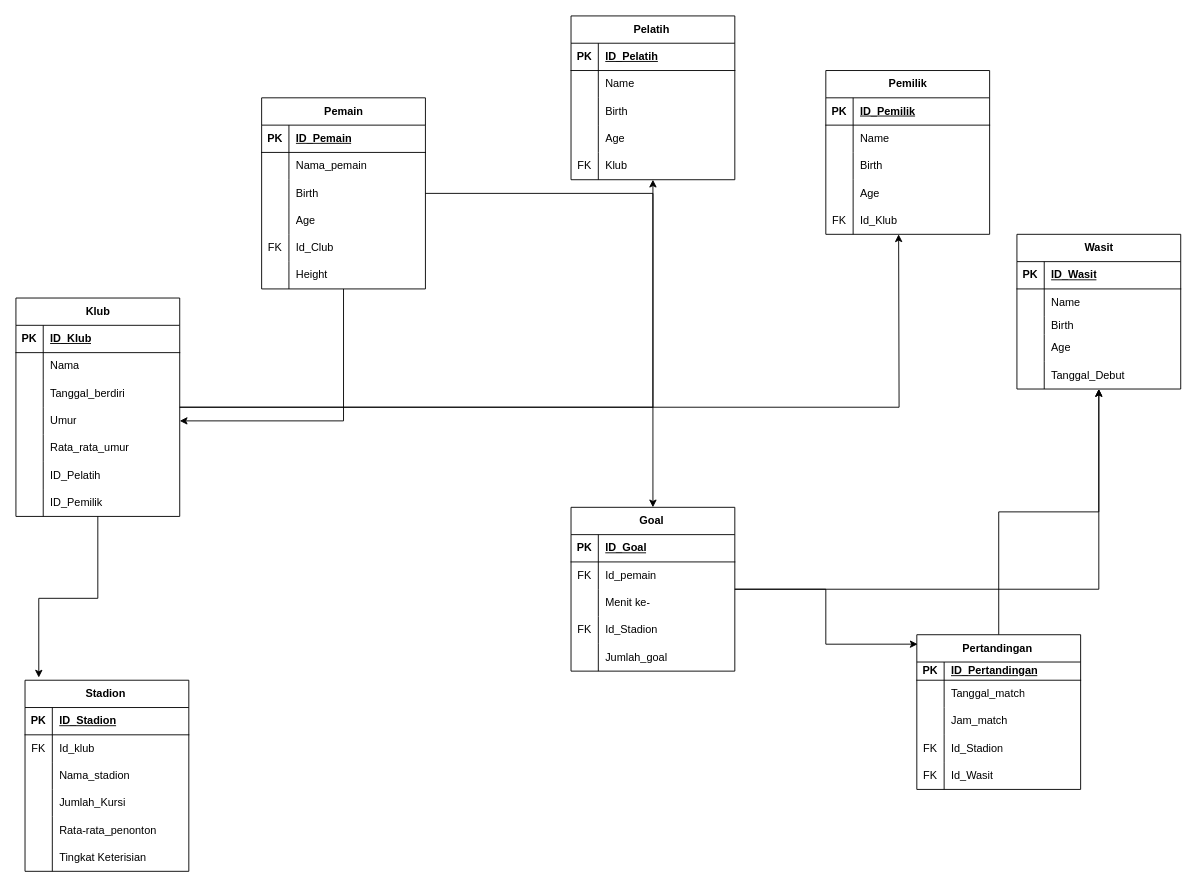
Before: Football.drawio in scsjaej/BengkelGo_Asset, a draw.io diagram. Source tidied: cells renumbered, new cells numbered last; positions are measured from the earlier drawing's top-left corner, leaving out a move shared by most shapes. Both pictures are drawn from the tidied source at 91%, with x=0, y=0 at pixel (15, 15).
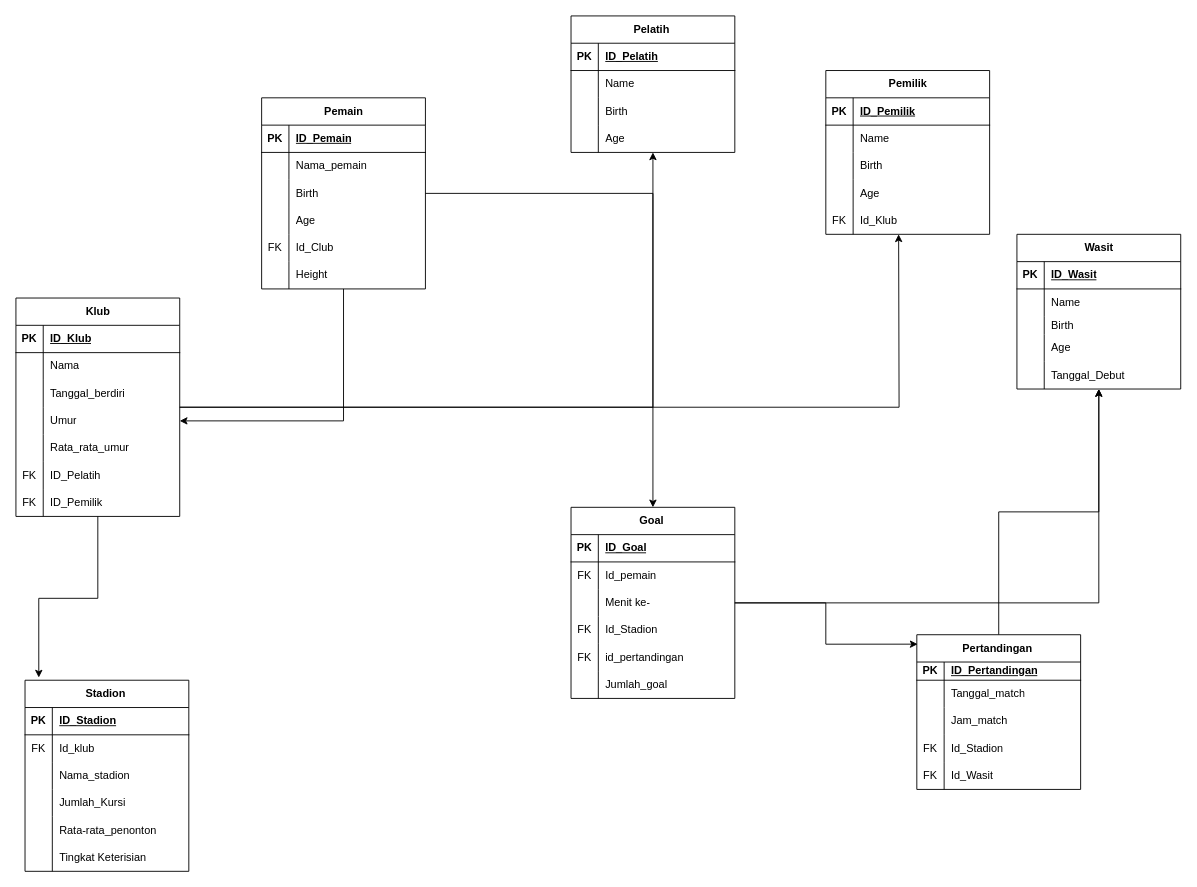
The same diagram, later.

The change refers to these unchanged cells:
```xml
<mxCell id="108" style="shape=tableRow;horizontal=0;startSize=0;swimlaneHead=0;swimlaneBody=0;fillColor=none;top=0;left=0;right=0;bottom=0;" parent="92" vertex="1">
  <mxGeometry y="180" width="180" height="30" as="geometry" />
</mxCell>
<mxCell id="111" style="shape=tableRow;horizontal=0;startSize=0;swimlaneHead=0;swimlaneBody=0;fillColor=none;top=0;left=0;right=0;bottom=0;" parent="92" vertex="1">
  <mxGeometry y="210" width="180" height="30" as="geometry" />
</mxCell>
```

The edit, as a diff of the source:
```diff
@@
     <mxCell id="39" value="Pelatih&amp;nbsp;" style="shape=table;startSize=30;childLayout=tableLayout;rowLines=0;fontStyle=1;align=center;html=1;" parent="1" vertex="1">
-      <mxGeometry x="610" width="180" height="180" as="geometry" />
+      <mxGeometry x="610" width="180" height="150" as="geometry" />
     </mxCell>
@@
-    <mxCell id="52" style="shape=tableRow;horizontal=0;startSize=0;swimlaneHead=0;swimlaneBody=0;fillColor=none;top=0;left=0;right=0;bottom=0;" parent="39" vertex="1">
-      <mxGeometry y="150" width="180" height="30" as="geometry" />
-    </mxCell>
-    <mxCell id="53" value="FK" style="shape=partialRectangle;fillColor=none;top=0;left=0;bottom=0;right=0;overflow=hidden;whiteSpace=wrap;html=1;" parent="52" vertex="1">
-      <mxGeometry width="30" height="30" as="geometry" />
-    </mxCell>
-    <mxCell id="54" value="Klub" style="shape=partialRectangle;fillColor=none;top=0;left=0;bottom=0;right=0;align=left;spacingLeft=6;overflow=hidden;whiteSpace=wrap;html=1;" parent="52" vertex="1">
-      <mxGeometry x="30" width="150" height="30" as="geometry" />
-    </mxCell>
@@
-    <mxCell id="109" style="shape=partialRectangle;fillColor=none;top=0;left=0;bottom=0;right=0;overflow=hidden;whiteSpace=wrap;html=1;" parent="108" vertex="1">
+    <mxCell id="109" value="FK" style="shape=partialRectangle;fillColor=none;top=0;left=0;bottom=0;right=0;overflow=hidden;whiteSpace=wrap;html=1;" parent="108" vertex="1">
       <mxGeometry width="30" height="30" as="geometry" />
     </mxCell>
@@
-    <mxCell id="112" style="shape=partialRectangle;fillColor=none;top=0;left=0;bottom=0;right=0;overflow=hidden;whiteSpace=wrap;html=1;" parent="111" vertex="1">
+    <mxCell id="112" value="FK" style="shape=partialRectangle;fillColor=none;top=0;left=0;bottom=0;right=0;overflow=hidden;whiteSpace=wrap;html=1;" parent="111" vertex="1">
       <mxGeometry width="30" height="30" as="geometry" />
     </mxCell>
@@
     <mxCell id="132" value="Goal&amp;nbsp;" style="shape=table;startSize=30;childLayout=tableLayout;rowLines=0;fontStyle=1;align=center;html=1;" parent="1" vertex="1">
-      <mxGeometry x="610" y="540" width="180" height="180" as="geometry" />
+      <mxGeometry x="610" y="540" width="180" height="210" as="geometry" />
     </mxCell>
@@
+    <mxCell id="52" style="shape=tableRow;horizontal=0;startSize=0;swimlaneHead=0;swimlaneBody=0;fillColor=none;top=0;left=0;right=0;bottom=0;" parent="132" vertex="1">
+      <mxGeometry y="150" width="180" height="30" as="geometry" />
+    </mxCell>
+    <mxCell id="53" value="FK" style="shape=partialRectangle;fillColor=none;top=0;left=0;bottom=0;right=0;overflow=hidden;whiteSpace=wrap;html=1;" parent="52" vertex="1">
+      <mxGeometry width="30" height="30" as="geometry" />
+    </mxCell>
+    <mxCell id="150" value="id_pertandingan" style="shape=partialRectangle;fillColor=none;top=0;left=0;bottom=0;right=0;align=left;spacingLeft=6;overflow=hidden;whiteSpace=wrap;html=1;" parent="52" vertex="1">
+      <mxGeometry x="30" width="150" height="30" as="geometry" />
+    </mxCell>
     <mxCell id="145" style="shape=tableRow;horizontal=0;startSize=0;swimlaneHead=0;swimlaneBody=0;fillColor=none;top=0;left=0;right=0;bottom=0;" parent="132" vertex="1">
-      <mxGeometry y="150" width="180" height="30" as="geometry" />
+      <mxGeometry y="180" width="180" height="30" as="geometry" />
     </mxCell>
```
